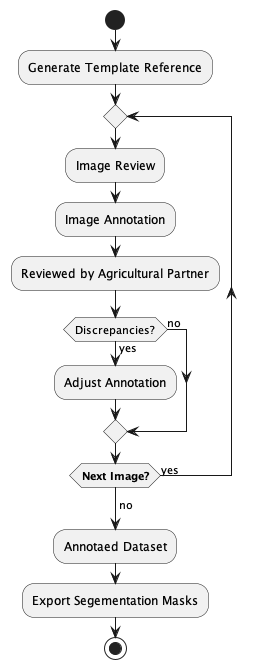
Earlier version of the PlantUML export out/docs/images/validation_workflow/validationWorkflow.png (Uni-Data-Science-AI/Data-Science-AI-Mauseschaden).
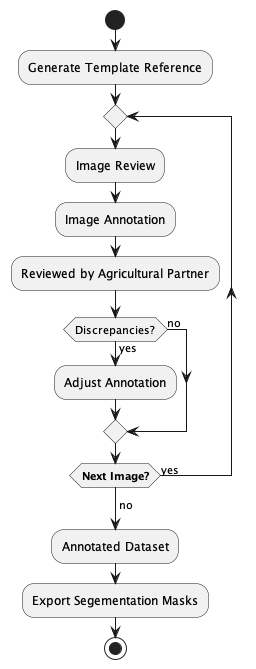
After the change.

The edit, as a diff of the source:
```diff
@@ -13,7 +13,7 @@
     endif
 repeatwhile (<b>Next Image?) is (yes)
 -> no;
-:Annotaed Dataset;
+:Annotated Dataset;
 :Export Segementation Masks;
 
 stop
```
